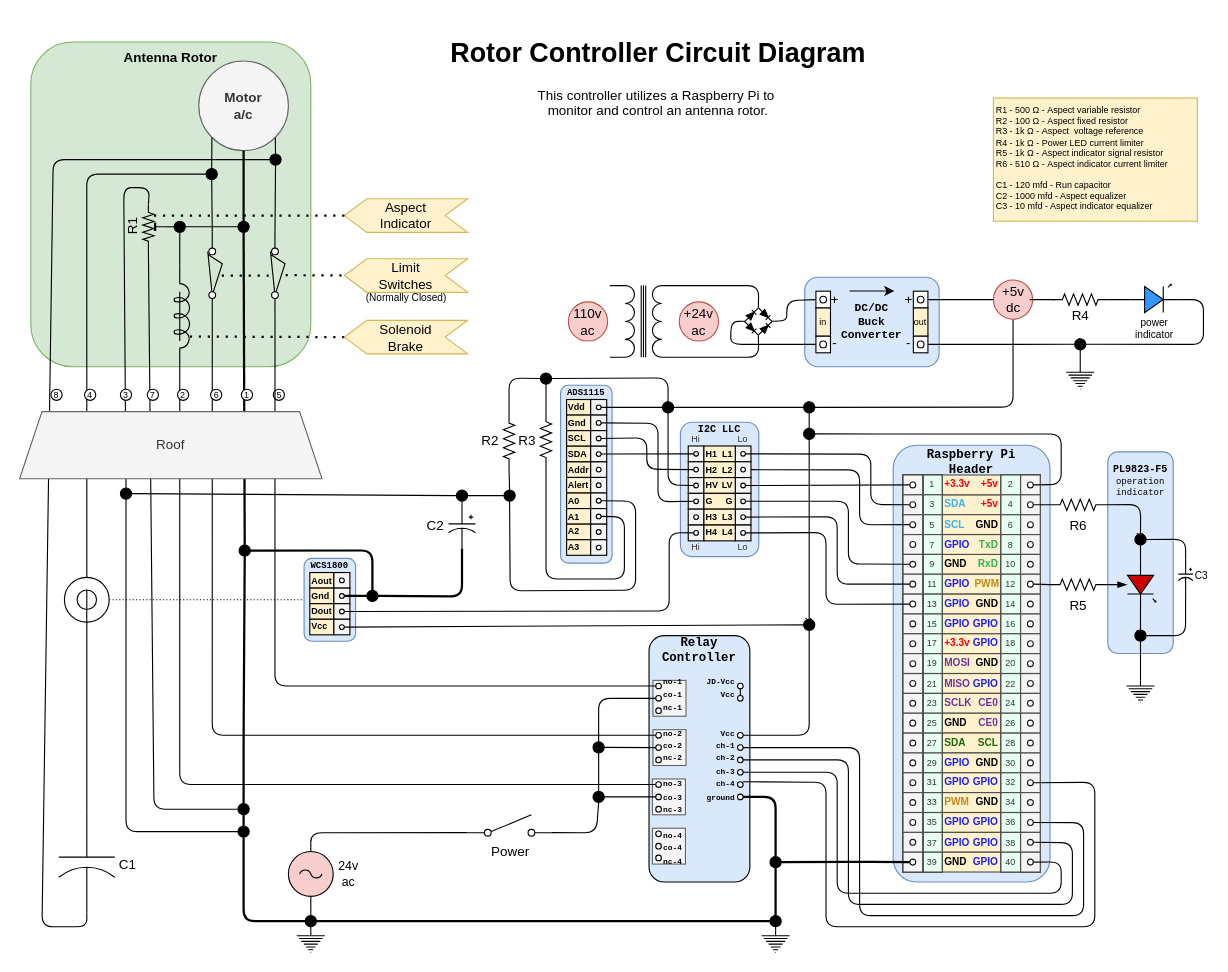
wryan67/rotor keeps this draw.io diagram as readme/rotor.drawio. Above is the earlier version. Source tidied: cells renumbered, new cells numbered last; positions are measured from the earlier drawing's top-left corner, leaving out a move shared by most shapes. Both pictures are drawn from the tidied source at 112%, with x=0, y=0 at pixel (19, 30).
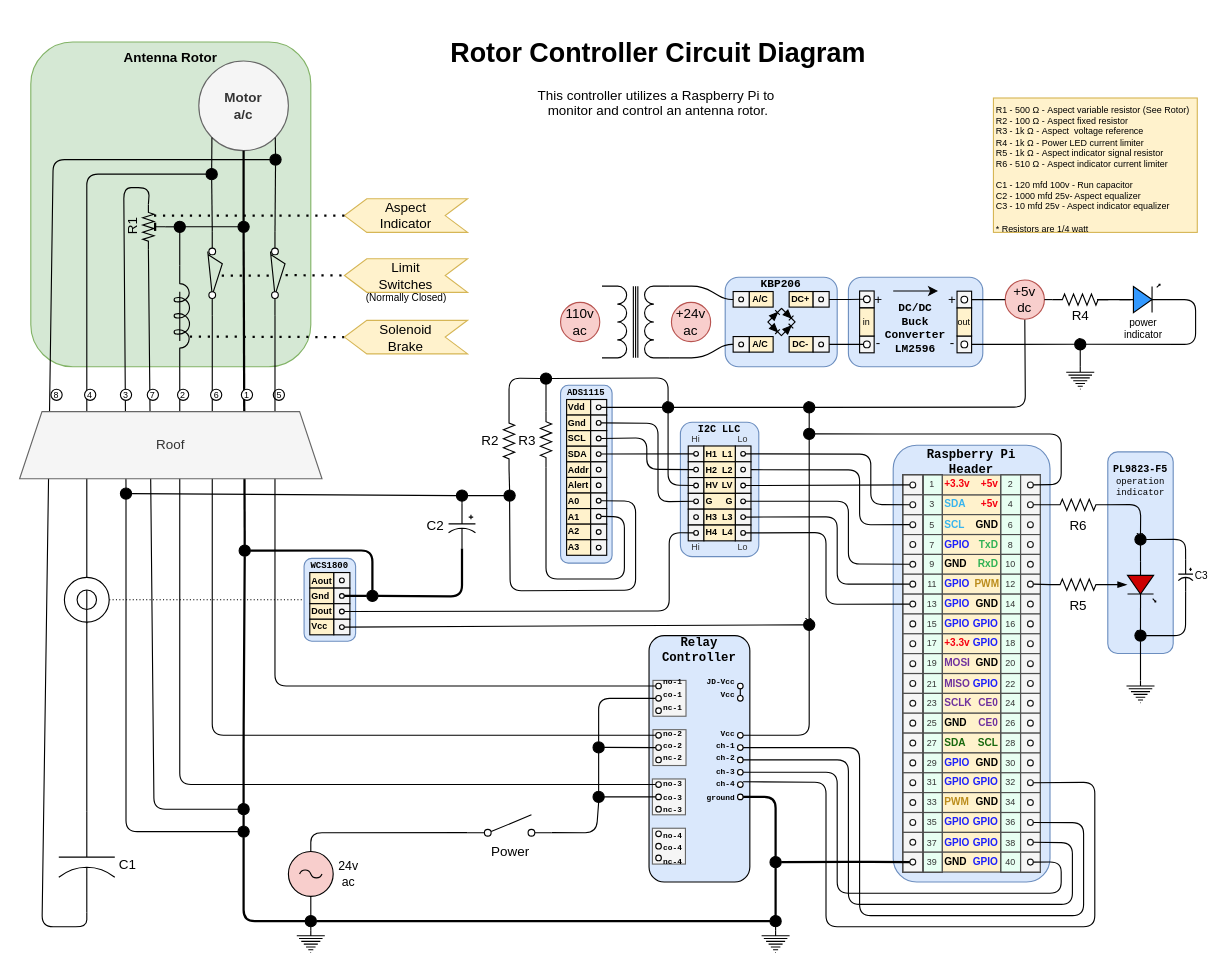
Above is the later version.

Unchanged cells that the change refers to:
```xml
<mxCell id="320" style="group;verticalAlign=middle;horizontal=0;" parent="319" vertex="1">
  <mxGeometry width="120" height="80" as="geometry" />
</mxCell>
<mxCell id="340" style="verticalLabelPosition=bottom;shadow=0;dashed=0;align=center;html=1;verticalAlign=top;strokeWidth=1;shape=ellipse;fontSize=12;" parent="338" vertex="1">
  <mxGeometry x="3.5" y="44.5" width="6" height="6" as="geometry" />
</mxCell>
<mxCell id="446" value="R4" style="verticalLabelPosition=bottom;shadow=0;dashed=0;align=center;html=1;verticalAlign=top;shape=mxgraph.electrical.resistors.resistor_2;fontSize=12;spacingTop=-4;" parent="1" vertex="1">
  <mxGeometry x="922" y="235" width="50" height="10" as="geometry" />
</mxCell>
<mxCell id="460" value="`" style="ellipse;whiteSpace=wrap;html=1;fillColor=#000000;" parent="1" vertex="1">
  <mxGeometry x="700" y="331.2" width="10" height="10" as="geometry" />
</mxCell>
<mxCell id="467" value="`" style="ellipse;whiteSpace=wrap;html=1;fillColor=#000000;" parent="1" vertex="1">
  <mxGeometry x="942" y="274.9" width="10" height="10" as="geometry" />
</mxCell>
```

Diff of the diagram source:
```diff
@@
+    <mxCell id="534" value="&lt;blockquote style=&quot;margin: 0px 0px 0px 40px ; border: none ; padding: 0px ; font-size: 10px&quot;&gt;&lt;/blockquote&gt;&lt;span style=&quot;font-size: 10px&quot;&gt;&lt;div style=&quot;font-size: 10px&quot;&gt;KBP206&lt;/div&gt;&lt;/span&gt;" style="rounded=1;whiteSpace=wrap;html=1;shadow=0;dashed=0;labelBackgroundColor=none;fontFamily=Courier New;fontSize=10;align=center;strokeColor=#6c8ebf;fillColor=#dae8fc;fontStyle=1;verticalAlign=top;spacingTop=-6;" parent="1" vertex="1">
+      <mxGeometry x="630" y="220" width="100" height="80" as="geometry" />
+    </mxCell>
@@
     <mxCell id="283" style="endArrow=none;html=1;labelBackgroundColor=none;strokeWidth=1;fillColor=#ffffff;gradientColor=#990000;fontSize=9;fontColor=#000000;entryX=0.5;entryY=1;entryDx=0;entryDy=0;exitX=1;exitY=0.5;exitDx=0;exitDy=0;" parent="1" edge="1" source="460" target="352">
       <mxGeometry relative="1" as="geometry">
         <Array as="points">
-          <mxPoint x="887" y="336" />
+          <mxPoint x="898" y="336" />
         </Array>
       </mxGeometry>
     </mxCell>
@@
     <mxCell id="319" style="group;" parent="1" vertex="1">
-      <mxGeometry x="701" y="220" width="120" height="80" as="geometry" />
+      <mxGeometry x="740" y="220" width="120" height="80" as="geometry" />
     </mxCell>
@@
-    <mxCell id="321" value="DC/DC&lt;br style=&quot;font-size: 10px;&quot;&gt;Buck&lt;br style=&quot;font-size: 10px;&quot;&gt;Converter" style="rounded=1;whiteSpace=wrap;html=1;shadow=0;dashed=0;labelBackgroundColor=none;fontFamily=Courier New;fontSize=10;align=center;strokeColor=#6c8ebf;fillColor=#dae8fc;fontStyle=1;horizontal=1;verticalAlign=middle;" parent="320" vertex="1">
+    <mxCell id="321" value="DC/DC&lt;br style=&quot;font-size: 10px&quot;&gt;Buck&lt;br style=&quot;font-size: 10px&quot;&gt;Converter&lt;br&gt;LM2596" style="rounded=1;whiteSpace=wrap;html=1;shadow=0;dashed=0;labelBackgroundColor=none;fontFamily=Courier New;fontSize=10;align=center;strokeColor=#6c8ebf;fillColor=#dae8fc;fontStyle=1;horizontal=1;verticalAlign=middle;spacingTop=11;" parent="320" vertex="1">
       <mxGeometry width="120" height="80" as="geometry" />
     </mxCell>
@@
     <mxCell id="327" value="+24v&lt;br&gt;ac" style="ellipse;whiteSpace=wrap;html=1;fillColor=#f8cecc;strokeColor=#b85450;" parent="1" vertex="1">
-      <mxGeometry x="589" y="242" width="35" height="35" as="geometry" />
+      <mxGeometry x="582" y="242.5" width="35" height="35" as="geometry" />
     </mxCell>
     <mxCell id="328" style="verticalLabelPosition=bottom;shadow=0;dashed=0;align=center;html=1;verticalAlign=top;shape=mxgraph.electrical.inductors.transformer_1;rotation=90;" parent="1" vertex="1">
-      <mxGeometry x="525" y="229.5" width="64" height="60" as="geometry" />
+      <mxGeometry x="518" y="230" width="64" height="60" as="geometry" />
     </mxCell>
     <mxCell id="329" value="110v&lt;br&gt;ac" style="ellipse;whiteSpace=wrap;html=1;fillColor=#f8cecc;strokeColor=#b85450;" parent="1" vertex="1">
-      <mxGeometry x="490" y="242" width="35" height="35" as="geometry" />
+      <mxGeometry x="483" y="242.5" width="35" height="35" as="geometry" />
     </mxCell>
-    <mxCell id="330" style="endArrow=none;html=1;exitX=1;exitY=0;exitDx=0;exitDy=0;entryX=0;entryY=0.5;entryDx=0;entryDy=0;entryPerimeter=0;exitPerimeter=0;" parent="1" edge="1" source="328" target="336">
+    <mxCell id="330" style="endArrow=none;html=1;exitX=1;exitY=0;exitDx=0;exitDy=0;entryX=0;entryY=0.5;entryDx=0;entryDy=0;exitPerimeter=0;" parent="1" edge="1" source="328" target="551">
       <mxGeometry relative="1" as="geometry">
         <Array as="points">
-          <mxPoint x="660" y="291.5" />
+          <mxPoint x="610" y="292" />
+          <mxPoint x="630" y="280" />
         </Array>
       </mxGeometry>
     </mxCell>
-    <mxCell id="331" style="endArrow=none;html=1;entryX=0;entryY=0.5;entryDx=0;entryDy=0;entryPerimeter=0;exitX=0;exitY=0;exitDx=0;exitDy=0;exitPerimeter=0;" parent="1" edge="1" source="328" target="335">
+    <mxCell id="331" style="endArrow=none;html=1;entryX=0;entryY=0.5;entryDx=0;entryDy=0;exitX=0;exitY=0;exitDx=0;exitDy=0;exitPerimeter=0;" parent="1" edge="1" source="328" target="546">
       <mxGeometry relative="1" as="geometry">
         <Array as="points">
-          <mxPoint x="660" y="227.5" />
+          <mxPoint x="610" y="228" />
+          <mxPoint x="630" y="240" />
         </Array>
       </mxGeometry>
     </mxCell>
-    <mxCell id="332" style="group;" parent="1" vertex="1">
-      <mxGeometry x="645" y="245.1" width="29.1" height="28.8" as="geometry" />
-    </mxCell>
-    <mxCell id="333" style="group;" parent="332" vertex="1">
-      <mxGeometry width="29.1" height="28.8" as="geometry" />
-    </mxCell>
-    <mxCell id="334" style="fillColor=#000000;verticalLabelPosition=bottom;shadow=0;dashed=0;align=center;html=1;verticalAlign=top;shape=mxgraph.electrical.diodes.diode;rotation=315;" parent="333" vertex="1">
-      <mxGeometry x="-0.5" y="5.7" width="17.6" height="5.9" as="geometry" />
-    </mxCell>
-    <mxCell id="335" style="fillColor=#000000;verticalLabelPosition=bottom;shadow=0;dashed=0;align=center;html=1;verticalAlign=top;shape=mxgraph.electrical.diodes.diode;rotation=45;" parent="333" vertex="1">
-      <mxGeometry x="12" y="5.4" width="17.6" height="5.9" as="geometry" />
-    </mxCell>
-    <mxCell id="336" style="fillColor=#000000;verticalLabelPosition=bottom;shadow=0;dashed=0;align=center;html=1;verticalAlign=top;shape=mxgraph.electrical.diodes.diode;rotation=315;" parent="333" vertex="1">
-      <mxGeometry x="12" y="17.5" width="17.6" height="5.9" as="geometry" />
-    </mxCell>
-    <mxCell id="337" style="fillColor=#000000;verticalLabelPosition=bottom;shadow=0;dashed=0;align=center;html=1;verticalAlign=top;shape=mxgraph.electrical.diodes.diode;rotation=45;" parent="333" vertex="1">
-      <mxGeometry x="-0.5" y="17.5" width="17.6" height="5.9" as="geometry" />
-    </mxCell>
     <mxCell id="338" style="group;" parent="1" vertex="1">
-      <mxGeometry x="711" y="232.5" width="13" height="55" as="geometry" />
+      <mxGeometry x="750" y="232.5" width="13" height="55" as="geometry" />
     </mxCell>
-    <mxCell id="339" style="rounded=0;whiteSpace=wrap;html=1;fontSize=12;" parent="338" vertex="1">
+    <mxCell id="339" style="rounded=0;whiteSpace=wrap;html=1;fontSize=12;fillColor=#F5F5F5;" parent="338" vertex="1">
       <mxGeometry y="40" width="13" height="15" as="geometry" />
     </mxCell>
@@
-    <mxCell id="341" style="rounded=0;whiteSpace=wrap;html=1;fontSize=12;" parent="338" vertex="1">
-      <mxGeometry width="13" height="15" as="geometry" />
+    <mxCell id="341" style="rounded=0;whiteSpace=wrap;html=1;fontSize=12;fillColor=#F5F5F5;" parent="338" vertex="1">
+      <mxGeometry y="-0.2" width="13" height="15" as="geometry" />
     </mxCell>
     <mxCell id="342" style="verticalLabelPosition=bottom;shadow=0;dashed=0;align=center;html=1;verticalAlign=top;strokeWidth=1;shape=ellipse;fontSize=12;" parent="338" vertex="1">
-      <mxGeometry x="3.5" y="4.5" width="6" height="6" as="geometry" />
+      <mxGeometry x="3.5" y="4.2" width="6" height="6" as="geometry" />
     </mxCell>
@@
     <mxCell id="344" style="group;fontSize=12;" parent="1" vertex="1">
-      <mxGeometry x="798" y="232.5" width="13" height="55" as="geometry" />
+      <mxGeometry x="837" y="232.5" width="13" height="55" as="geometry" />
     </mxCell>
-    <mxCell id="345" style="rounded=0;whiteSpace=wrap;html=1;fontSize=12;" parent="344" vertex="1">
+    <mxCell id="345" style="rounded=0;whiteSpace=wrap;html=1;fontSize=12;fillColor=#F5F5F5;" parent="344" vertex="1">
       <mxGeometry y="40" width="13" height="15" as="geometry" />
     </mxCell>
@@
-    <mxCell id="347" style="rounded=0;whiteSpace=wrap;html=1;fontSize=12;" parent="344" vertex="1">
+    <mxCell id="347" style="rounded=0;whiteSpace=wrap;html=1;fontSize=12;fillColor=#F5F5F5;" parent="344" vertex="1">
       <mxGeometry width="13" height="15" as="geometry" />
     </mxCell>
@@
-    <mxCell id="350" style="endArrow=none;html=1;fontSize=9;exitX=0;exitY=0.5;exitDx=0;exitDy=0;entryX=1;entryY=0.5;entryDx=0;entryDy=0;entryPerimeter=0;" parent="1" edge="1" source="341" target="336">
-      <mxGeometry relative="1" as="geometry">
-        <Array as="points">
-          <mxPoint x="685" y="241" />
-          <mxPoint x="685" y="259" />
-        </Array>
-      </mxGeometry>
-    </mxCell>
-    <mxCell id="351" style="endArrow=none;html=1;fontSize=9;entryX=0;entryY=0.5;entryDx=0;entryDy=0;exitX=0;exitY=0.5;exitDx=0;exitDy=0;exitPerimeter=0;" parent="1" edge="1" source="337" target="339">
-      <mxGeometry relative="1" as="geometry">
-        <Array as="points">
-          <mxPoint x="635" y="259.5" />
-          <mxPoint x="635" y="280" />
-        </Array>
-      </mxGeometry>
-    </mxCell>
     <mxCell id="352" value="+5v&lt;br&gt;dc" style="ellipse;whiteSpace=wrap;html=1;fillColor=#f8cecc;strokeColor=#b85450;" parent="1" vertex="1">
-      <mxGeometry x="869.5" y="222.5" width="35" height="35" as="geometry" />
+      <mxGeometry x="880" y="222.5" width="35" height="35" as="geometry" />
     </mxCell>
@@
     <mxCell id="442" style="endArrow=none;html=1;strokeWidth=1;exitX=1;exitY=0.54;exitDx=0;exitDy=0;exitPerimeter=0;entryX=1;entryY=0.5;entryDx=0;entryDy=0;" parent="1" edge="1" source="443" target="467">
       <mxGeometry relative="1" as="geometry">
         <Array as="points">
-          <mxPoint x="1057" y="240" />
-          <mxPoint x="1057" y="280" />
+          <mxPoint x="1050" y="240" />
+          <mxPoint x="1050" y="280" />
         </Array>
       </mxGeometry>
     </mxCell>
     <mxCell id="443" value="power&lt;br style=&quot;font-size: 9px;&quot;&gt;indicator" style="verticalLabelPosition=bottom;shadow=0;dashed=0;align=center;html=1;verticalAlign=top;shape=mxgraph.electrical.opto_electronics.led_1;rotation=0;fillColor=#3399FF;fontSize=9;spacingBottom=0;spacingLeft=0;spacingTop=-3;" parent="1" vertex="1">
-      <mxGeometry x="992" y="226.4" width="41.6" height="25.2" as="geometry" />
+      <mxGeometry x="982" y="226.4" width="41.6" height="25.2" as="geometry" />
     </mxCell>
-    <mxCell id="444" style="edgeStyle=orthogonalEdgeStyle;rounded=0;jettySize=auto;html=1;strokeWidth=1;endArrow=none;endFill=0;entryX=1;entryY=0.5;entryDx=0;entryDy=0;" parent="1" edge="1" source="446" target="352">
-      <mxGeometry relative="1" as="geometry" />
-    </mxCell>
@@
-    <mxCell id="532" value="&lt;font style=&quot;font-size: 8px&quot;&gt;R1 -&amp;nbsp;&lt;span style=&quot;text-align: center&quot;&gt;500&amp;nbsp;Ω - Aspect variable resistor&lt;br&gt;R2 - 100&amp;nbsp;&lt;/span&gt;&lt;span style=&quot;text-align: center&quot;&gt;Ω - Aspect fixed resistor&lt;br&gt;&lt;/span&gt;&lt;span style=&quot;text-align: center&quot;&gt;R3 - 1k&amp;nbsp;&lt;/span&gt;&lt;span style=&quot;text-align: center&quot;&gt;Ω - Aspect&amp;nbsp; voltage reference&lt;br&gt;&lt;/span&gt;&lt;span style=&quot;text-align: center&quot;&gt;R4 - 1k&lt;/span&gt;&lt;span style=&quot;text-align: center&quot;&gt;&amp;nbsp;&lt;/span&gt;&lt;span style=&quot;text-align: center&quot;&gt;Ω - Power LED current limiter&lt;br&gt;&lt;/span&gt;&lt;span style=&quot;text-align: center&quot;&gt;R5 - 1k&lt;/span&gt;&lt;span style=&quot;text-align: center&quot;&gt;&amp;nbsp;&lt;/span&gt;&lt;span style=&quot;text-align: center&quot;&gt;Ω - Aspect indicator signal resistor&lt;br&gt;&lt;/span&gt;&lt;span style=&quot;text-align: center&quot;&gt;R6 - 510&lt;/span&gt;&lt;span style=&quot;text-align: center&quot;&gt;&amp;nbsp;&lt;/span&gt;&lt;span style=&quot;text-align: center&quot;&gt;Ω - Aspect indicator current limiter&lt;br&gt;&lt;/span&gt;&lt;span style=&quot;text-align: center&quot;&gt;&lt;br&gt;C1 - 120 mfd - Run capacitor&lt;br&gt;C2 - 1000 mfd - Aspect equalizer&lt;br&gt;C3 - 10 mfd - Aspect indicator equalizer&lt;br&gt;&lt;/span&gt;&lt;/font&gt;" style="rounded=0;whiteSpace=wrap;html=1;fillColor=#fff2cc;strokeColor=#d6b656;align=left;fontSize=8;verticalAlign=top;" parent="1" vertex="1">
-      <mxGeometry x="869.5" y="60" width="182" height="110" as="geometry" />
+    <mxCell id="532" value="&lt;font style=&quot;font-size: 8px&quot;&gt;R1 -&amp;nbsp;&lt;span style=&quot;text-align: center&quot;&gt;500&amp;nbsp;Ω - Aspect variable resistor (See Rotor)&lt;br&gt;R2 - 100&amp;nbsp;&lt;/span&gt;&lt;span style=&quot;text-align: center&quot;&gt;Ω - Aspect fixed resistor&lt;br&gt;&lt;/span&gt;&lt;span style=&quot;text-align: center&quot;&gt;R3 - 1k&amp;nbsp;&lt;/span&gt;&lt;span style=&quot;text-align: center&quot;&gt;Ω - Aspect&amp;nbsp; voltage reference&lt;br&gt;&lt;/span&gt;&lt;span style=&quot;text-align: center&quot;&gt;R4 - 1k&lt;/span&gt;&lt;span style=&quot;text-align: center&quot;&gt;&amp;nbsp;&lt;/span&gt;&lt;span style=&quot;text-align: center&quot;&gt;Ω - Power LED current limiter&lt;br&gt;&lt;/span&gt;&lt;span style=&quot;text-align: center&quot;&gt;R5 - 1k&lt;/span&gt;&lt;span style=&quot;text-align: center&quot;&gt;&amp;nbsp;&lt;/span&gt;&lt;span style=&quot;text-align: center&quot;&gt;Ω - Aspect indicator signal resistor&lt;br&gt;&lt;/span&gt;&lt;span style=&quot;text-align: center&quot;&gt;R6 - 510&lt;/span&gt;&lt;span style=&quot;text-align: center&quot;&gt;&amp;nbsp;&lt;/span&gt;&lt;span style=&quot;text-align: center&quot;&gt;Ω - Aspect indicator current limiter&lt;br&gt;&lt;/span&gt;&lt;span style=&quot;text-align: center&quot;&gt;&lt;br&gt;C1 - 120 mfd 100v - Run capacitor&lt;br&gt;C2 - 1000 mfd 25v- Aspect equalizer&lt;br&gt;C3 - 10 mfd 25v - Aspect indicator equalizer&lt;br&gt;&lt;br&gt;* Resistors are 1/4 watt&lt;br&gt;&lt;/span&gt;&lt;/font&gt;" style="rounded=0;whiteSpace=wrap;html=1;fillColor=#fff2cc;strokeColor=#d6b656;align=left;fontSize=8;verticalAlign=top;" parent="1" vertex="1">
+      <mxGeometry x="869.5" y="60" width="182" height="120" as="geometry" />
     </mxCell>
@@
+    <mxCell id="535" style="endArrow=none;html=1;entryX=0;entryY=0.5;entryDx=0;entryDy=0;exitX=1;exitY=0.5;exitDx=0;exitDy=0;" parent="1" edge="1" source="562" target="340">
+      <mxGeometry relative="1" as="geometry">
+        <Array as="points">
+          <mxPoint x="730" y="280" />
+        </Array>
+      </mxGeometry>
+    </mxCell>
+    <mxCell id="536" style="endArrow=none;html=1;entryX=0;entryY=0.5;entryDx=0;entryDy=0;exitX=1;exitY=0.5;exitDx=0;exitDy=0;" parent="1" edge="1" source="557" target="342">
+      <mxGeometry relative="1" as="geometry">
+        <Array as="points">
+          <mxPoint x="730" y="240" />
+        </Array>
+      </mxGeometry>
+    </mxCell>
+    <mxCell id="537" style="endArrow=none;html=1;fontSize=9;exitX=1;exitY=0.5;exitDx=0;exitDy=0;entryX=0;entryY=0.5;entryDx=0;entryDy=0;entryPerimeter=0;" parent="1" edge="1" source="352" target="446">
+      <mxGeometry relative="1" as="geometry" />
+    </mxCell>
+    <mxCell id="538" style="group;" parent="1" vertex="1">
+      <mxGeometry x="665.4" y="250" width="29.1" height="28.8" as="geometry" />
+    </mxCell>
+    <mxCell id="539" style="fillColor=#000000;verticalLabelPosition=bottom;shadow=0;dashed=0;align=center;html=1;verticalAlign=top;shape=mxgraph.electrical.diodes.diode;rotation=315;" parent="1" vertex="1">
+      <mxGeometry x="665.4" y="251" width="17.6" height="5.9" as="geometry" />
+    </mxCell>
+    <mxCell id="540" style="fillColor=#000000;verticalLabelPosition=bottom;shadow=0;dashed=0;align=center;html=1;verticalAlign=top;shape=mxgraph.electrical.diodes.diode;rotation=45;" parent="1" vertex="1">
+      <mxGeometry x="677.6" y="251" width="17.6" height="5.9" as="geometry" />
+    </mxCell>
+    <mxCell id="541" style="fillColor=#000000;verticalLabelPosition=bottom;shadow=0;dashed=0;align=center;html=1;verticalAlign=top;shape=mxgraph.electrical.diodes.diode;rotation=315;" parent="1" vertex="1">
+      <mxGeometry x="677.4" y="263.2" width="17.6" height="5.9" as="geometry" />
+    </mxCell>
+    <mxCell id="542" style="fillColor=#000000;verticalLabelPosition=bottom;shadow=0;dashed=0;align=center;html=1;verticalAlign=top;shape=mxgraph.electrical.diodes.diode;rotation=45;" parent="1" vertex="1">
+      <mxGeometry x="665.4" y="263.2" width="17.6" height="5.9" as="geometry" />
+    </mxCell>
+    <mxCell id="543" style="group;" parent="1" vertex="1">
+      <mxGeometry x="637.1" y="232.8" width="35.7" height="13.9" as="geometry" />
+    </mxCell>
+    <mxCell id="544" style="rounded=0;whiteSpace=wrap;html=1;strokeColor=#000000;fillColor=#fff2cc;fontSize=8;align=center;" parent="543" vertex="1">
+      <mxGeometry x="14.3" width="21.4" height="13.9" as="geometry" />
+    </mxCell>
+    <mxCell id="545" style="rounded=0;whiteSpace=wrap;html=1;strokeColor=#000000;fillColor=#f5f5f5;fontSize=8;align=center;fontColor=#333333;" parent="543" vertex="1">
+      <mxGeometry width="14.3" height="13.9" as="geometry" />
+    </mxCell>
+    <mxCell id="546" style="verticalLabelPosition=bottom;shadow=0;dashed=0;align=center;html=1;verticalAlign=top;strokeWidth=1;shape=ellipse;fontSize=12;" parent="543" vertex="1">
+      <mxGeometry x="5" y="4.9" width="4.3" height="4.2" as="geometry" />
+    </mxCell>
+    <mxCell id="547" value="A/C" style="text;html=1;strokeColor=none;fillColor=none;align=center;verticalAlign=middle;whiteSpace=wrap;rounded=0;fontSize=8;fontStyle=1;" parent="543" vertex="1">
+      <mxGeometry x="14.3" width="21.4" height="13.9" as="geometry" />
+    </mxCell>
+    <mxCell id="548" style="group;" parent="1" vertex="1">
+      <mxGeometry x="637.1" y="273" width="35.7" height="13.9" as="geometry" />
+    </mxCell>
+    <mxCell id="549" style="rounded=0;whiteSpace=wrap;html=1;strokeColor=#000000;fillColor=#fff2cc;fontSize=8;align=center;" parent="548" vertex="1">
+      <mxGeometry x="14.3" width="21.4" height="13.9" as="geometry" />
+    </mxCell>
+    <mxCell id="550" style="rounded=0;whiteSpace=wrap;html=1;strokeColor=#000000;fillColor=#f5f5f5;fontSize=8;align=center;fontColor=#333333;" parent="548" vertex="1">
+      <mxGeometry width="14.3" height="13.9" as="geometry" />
+    </mxCell>
+    <mxCell id="551" style="verticalLabelPosition=bottom;shadow=0;dashed=0;align=center;html=1;verticalAlign=top;strokeWidth=1;shape=ellipse;fontSize=12;" parent="548" vertex="1">
+      <mxGeometry x="5" y="4.9" width="4.3" height="4.2" as="geometry" />
+    </mxCell>
+    <mxCell id="552" value="A/C" style="text;html=1;strokeColor=none;fillColor=none;align=center;verticalAlign=middle;whiteSpace=wrap;rounded=0;fontSize=8;fontStyle=1;" parent="548" vertex="1">
+      <mxGeometry x="14.3" width="21.4" height="13.9" as="geometry" />
+    </mxCell>
+    <mxCell id="553" style="group;" parent="1" vertex="1">
+      <mxGeometry x="687.1" y="232.8" width="35.7" height="13.9" as="geometry" />
+    </mxCell>
+    <mxCell id="554" style="rounded=0;whiteSpace=wrap;html=1;strokeColor=#000000;fillColor=#fff2cc;fontSize=8;align=center;" parent="553" vertex="1">
+      <mxGeometry width="21.4" height="13.9" as="geometry" />
+    </mxCell>
+    <mxCell id="555" value="DC+" style="text;html=1;strokeColor=none;fillColor=none;align=center;verticalAlign=middle;whiteSpace=wrap;rounded=0;fontSize=8;fontStyle=1;" parent="553" vertex="1">
+      <mxGeometry width="21.4" height="13.9" as="geometry" />
+    </mxCell>
+    <mxCell id="556" style="rounded=0;whiteSpace=wrap;html=1;strokeColor=#000000;fillColor=#f5f5f5;fontSize=8;align=center;fontColor=#333333;" parent="553" vertex="1">
+      <mxGeometry x="21.4" width="14.3" height="13.9" as="geometry" />
+    </mxCell>
+    <mxCell id="557" style="verticalLabelPosition=bottom;shadow=0;dashed=0;align=center;html=1;verticalAlign=top;strokeWidth=1;shape=ellipse;fontSize=12;" parent="553" vertex="1">
+      <mxGeometry x="26.4" y="4.9" width="4.3" height="4.2" as="geometry" />
+    </mxCell>
+    <mxCell id="558" style="group;" parent="1" vertex="1">
+      <mxGeometry x="687.1" y="273" width="35.7" height="13.9" as="geometry" />
+    </mxCell>
+    <mxCell id="559" style="rounded=0;whiteSpace=wrap;html=1;strokeColor=#000000;fillColor=#fff2cc;fontSize=8;align=center;" parent="558" vertex="1">
+      <mxGeometry width="21.4" height="13.9" as="geometry" />
+    </mxCell>
+    <mxCell id="560" value="DC&lt;font style=&quot;font-size: 8px ; line-height: 120%&quot; face=&quot;Tahoma&quot;&gt;-&lt;/font&gt;" style="text;html=1;strokeColor=none;fillColor=none;align=center;verticalAlign=middle;whiteSpace=wrap;rounded=0;fontSize=8;fontStyle=1;" parent="558" vertex="1">
+      <mxGeometry width="21.4" height="13.9" as="geometry" />
+    </mxCell>
+    <mxCell id="561" style="rounded=0;whiteSpace=wrap;html=1;strokeColor=#000000;fillColor=#f5f5f5;fontSize=8;align=center;fontColor=#333333;" parent="558" vertex="1">
+      <mxGeometry x="21.4" width="14.3" height="13.9" as="geometry" />
+    </mxCell>
+    <mxCell id="562" style="verticalLabelPosition=bottom;shadow=0;dashed=0;align=center;html=1;verticalAlign=top;strokeWidth=1;shape=ellipse;fontSize=12;" parent="558" vertex="1">
+      <mxGeometry x="26.4" y="4.9" width="4.3" height="4.2" as="geometry" />
+    </mxCell>
```
